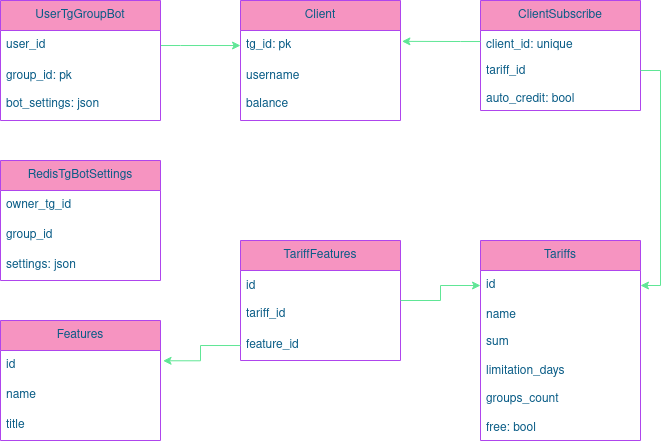
Before: antispam-guard-db.png, a diagram exported from draw.io (Mir-Yuchi/Moderator_bot). Source tidied: cells renumbered, new cells last; positions are measured from the earlier drawing's top-left corner, leaving out a move shared by most shapes.
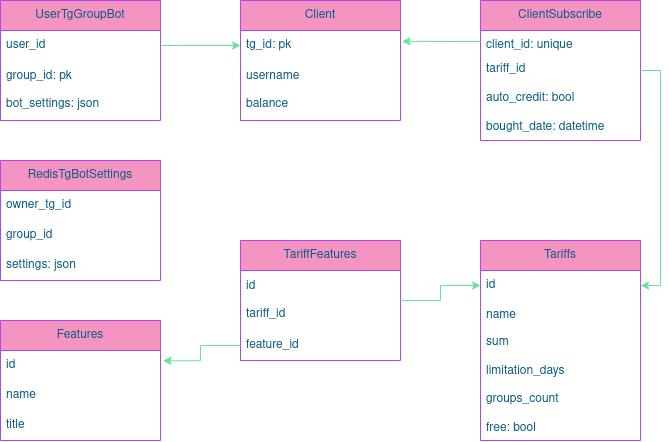
After the commit.

The edit, as a diff of the source:
```diff
@@ -51,13 +51,13 @@
       <mxGeometry relative="1" as="geometry" />
     </mxCell>
     <mxCell id="18" value="ClientSubscribe" style="swimlane;fontStyle=0;horizontal=1;startSize=30;whiteSpace=wrap;html=1;strokeColor=#AF45ED;fontColor=#095C86;fillColor=#F694C1;labelBackgroundColor=none;" parent="1" vertex="1">
-      <mxGeometry x="480" width="160" height="110" as="geometry" />
+      <mxGeometry x="480" width="160" height="140" as="geometry" />
     </mxCell>
     <mxCell id="19" value="client_id: unique" style="text;strokeColor=none;fillColor=none;align=left;verticalAlign=middle;spacingLeft=4;spacingRight=4;overflow=hidden;points=[[0,0.5],[1,0.5]];portConstraint=eastwest;whiteSpace=wrap;html=1;fontColor=#095C86;labelBackgroundColor=none;" parent="18" vertex="1">
       <mxGeometry y="30" width="160" height="30" as="geometry" />
     </mxCell>
-    <mxCell id="20" value="&lt;div&gt;tariff_id&lt;/div&gt;&lt;div&gt;&lt;br&gt;&lt;/div&gt;&lt;div&gt;auto_credit: bool&lt;br&gt;&lt;/div&gt;" style="text;strokeColor=none;fillColor=none;align=left;verticalAlign=middle;spacingLeft=4;spacingRight=4;overflow=hidden;points=[[0,0.5],[1,0.5]];portConstraint=eastwest;whiteSpace=wrap;html=1;fontColor=#095C86;labelBackgroundColor=none;" parent="18" vertex="1">
-      <mxGeometry y="60" width="160" height="50" as="geometry" />
+    <mxCell id="20" value="&lt;div&gt;tariff_id&lt;/div&gt;&lt;div&gt;&lt;br&gt;&lt;/div&gt;&lt;div&gt;auto_credit: bool&lt;/div&gt;&lt;div&gt;&lt;br&gt;&lt;/div&gt;&lt;div&gt;bought_date: datetime&lt;br&gt;&lt;/div&gt;&lt;div&gt;&lt;br&gt;&lt;/div&gt;" style="text;strokeColor=none;fillColor=none;align=left;verticalAlign=middle;spacingLeft=4;spacingRight=4;overflow=hidden;points=[[0,0.5],[1,0.5]];portConstraint=eastwest;whiteSpace=wrap;html=1;fontColor=#095C86;labelBackgroundColor=none;" parent="18" vertex="1">
+      <mxGeometry y="60" width="160" height="80" as="geometry" />
     </mxCell>
     <mxCell id="21" style="edgeStyle=orthogonalEdgeStyle;rounded=0;jettySize=auto;html=1;entryX=1;entryY=0.5;entryDx=0;entryDy=0;strokeColor=#60E696;fontColor=default;fillColor=#F694C1;labelBackgroundColor=none;" parent="1" edge="1" source="20" target="6">
       <mxGeometry relative="1" as="geometry">
```
